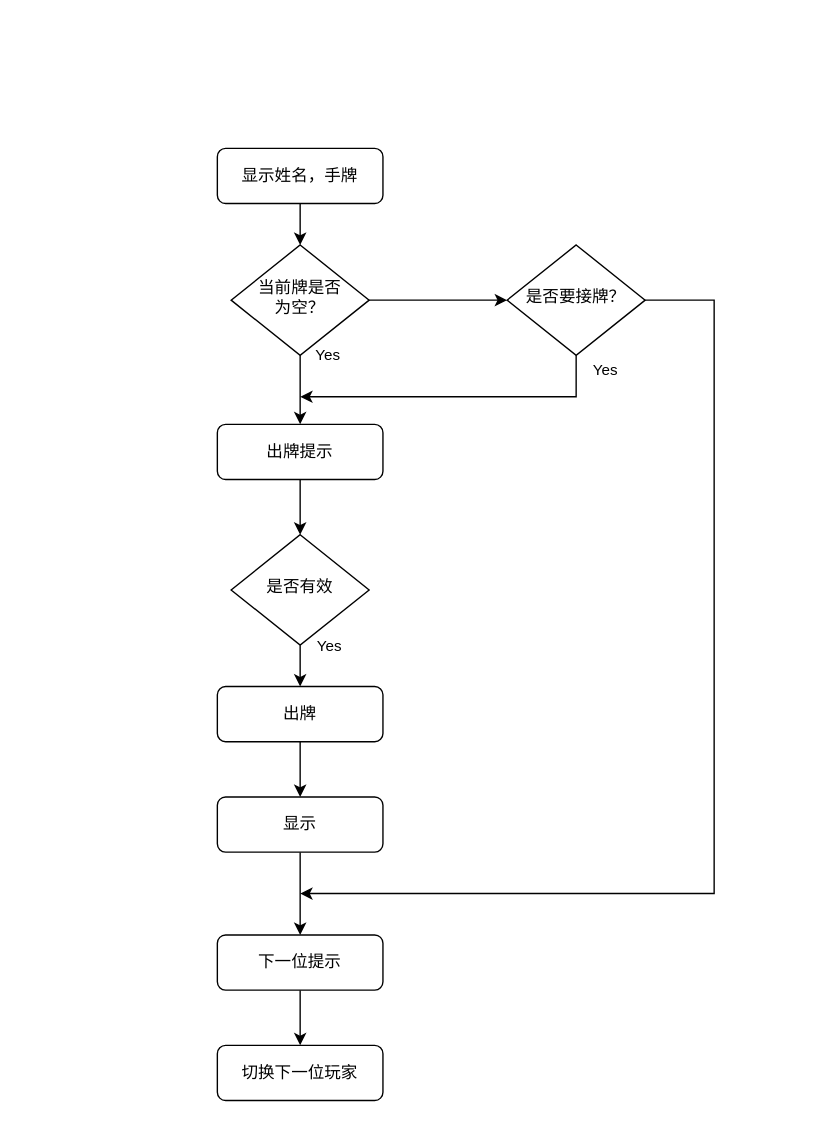
Earlier version of the draw.io diagram play_cards_logic.drawio (Aidan-Huang/poker). Source tidied: cells renumbered, new cells numbered last; positions are measured from the earlier drawing's top-left corner, leaving out a move shared by most shapes. Both pictures are drawn from the tidied source at 138%, with x=0, y=0 at pixel (217, 148).
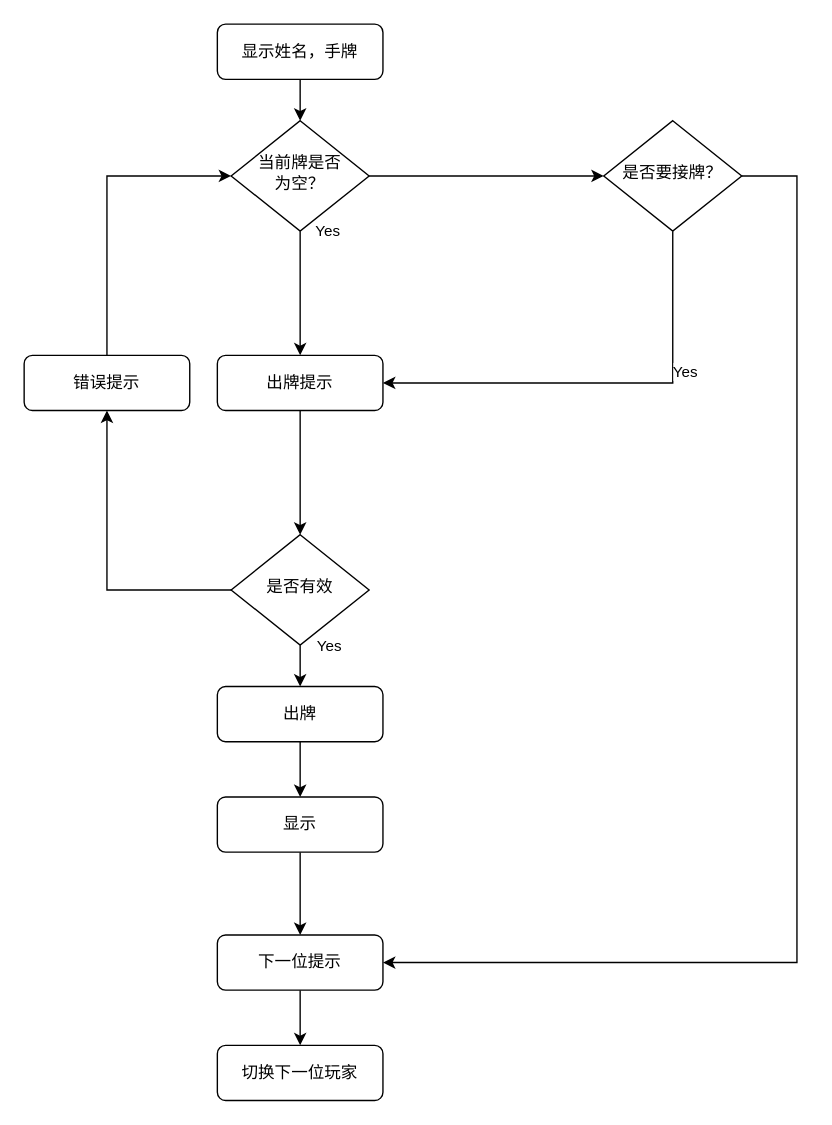
Above is the later version.

The change refers to these unchanged cells:
```xml
<mxCell id="9" value="是否有效" style="rhombus;whiteSpace=wrap;html=1;shadow=0;fontFamily=Helvetica;fontSize=12;align=center;strokeWidth=1;spacing=6;spacingTop=-4;" parent="1" vertex="1">
  <mxGeometry x="10" y="280" width="100" height="80" as="geometry" />
</mxCell>
<mxCell id="17" value="下一位提示" style="rounded=1;whiteSpace=wrap;html=1;fontSize=12;glass=0;strokeWidth=1;shadow=0;" parent="1" vertex="1">
  <mxGeometry y="570" width="120" height="40" as="geometry" />
</mxCell>
```

What changed in the source:
```diff
@@
     <mxCell id="3" value="显示姓名，手牌" style="rounded=1;whiteSpace=wrap;html=1;fontSize=12;glass=0;strokeWidth=1;shadow=0;" parent="1" vertex="1">
-      <mxGeometry width="120" height="40" as="geometry" />
+      <mxGeometry y="-90" width="120" height="40" as="geometry" />
     </mxCell>
@@
     <mxCell id="6" value="当前牌是否&lt;br&gt;为空？" style="rhombus;whiteSpace=wrap;html=1;shadow=0;fontFamily=Helvetica;fontSize=12;align=center;strokeWidth=1;spacing=6;spacingTop=-4;" parent="1" vertex="1">
-      <mxGeometry x="10" y="70" width="100" height="80" as="geometry" />
+      <mxGeometry x="10" y="-20" width="100" height="80" as="geometry" />
     </mxCell>
@@
+    <mxCell id="23" style="edgeStyle=orthogonalEdgeStyle;rounded=0;jettySize=auto;html=1;entryX=0.5;entryY=1;entryDx=0;entryDy=0;" parent="1" edge="1" source="9" target="26">
+      <mxGeometry relative="1" as="geometry">
+        <Array as="points">
+          <mxPoint x="-80" y="320" />
+        </Array>
+      </mxGeometry>
+    </mxCell>
@@
     <mxCell id="13" value="出牌提示" style="rounded=1;whiteSpace=wrap;html=1;fontSize=12;glass=0;strokeWidth=1;shadow=0;" parent="1" vertex="1">
-      <mxGeometry y="200" width="120" height="40" as="geometry" />
+      <mxGeometry y="150" width="120" height="40" as="geometry" />
     </mxCell>
@@
-    <mxCell id="19" style="edgeStyle=orthogonalEdgeStyle;rounded=0;jettySize=auto;html=1;" parent="1" edge="1" source="22">
-      <mxGeometry relative="1" as="geometry">
-        <mxPoint x="60" y="180" as="targetPoint" />
-        <Array as="points">
-          <mxPoint x="260" y="180" />
-        </Array>
-      </mxGeometry>
-    </mxCell>
+    <mxCell id="21" style="edgeStyle=orthogonalEdgeStyle;rounded=0;jettySize=auto;html=1;entryX=1;entryY=0.5;entryDx=0;entryDy=0;" parent="1" edge="1" source="22" target="17">
+      <mxGeometry relative="1" as="geometry">
+        <Array as="points">
+          <mxPoint x="420" y="20" />
+          <mxPoint x="420" y="590" />
+        </Array>
+      </mxGeometry>
+    </mxCell>
+    <mxCell id="24" style="edgeStyle=orthogonalEdgeStyle;rounded=0;jettySize=auto;html=1;entryX=1;entryY=0.5;entryDx=0;entryDy=0;" parent="1" edge="1" source="22" target="13">
+      <mxGeometry relative="1" as="geometry">
+        <Array as="points">
+          <mxPoint x="330" y="170" />
+        </Array>
+      </mxGeometry>
+    </mxCell>
-    <mxCell id="20" value="Yes" style="edgeLabel;html=1;align=center;verticalAlign=middle;" parent="19" vertex="1">
-      <mxGeometry x="-0.86" y="-1" relative="1" as="geometry">
-        <mxPoint x="21" y="-6" as="offset" />
+    <mxCell id="20" value="Yes" style="edgeLabel;html=1;align=center;verticalAlign=middle;" parent="24" vertex="1">
+      <mxGeometry x="-0.24" relative="1" as="geometry">
+        <mxPoint x="20" y="-9" as="offset" />
       </mxGeometry>
     </mxCell>
-    <mxCell id="21" style="edgeStyle=orthogonalEdgeStyle;rounded=0;jettySize=auto;html=1;" parent="1" edge="1" source="22">
-      <mxGeometry relative="1" as="geometry">
-        <mxPoint x="60" y="540" as="targetPoint" />
-        <Array as="points">
-          <mxPoint x="360" y="110" />
-          <mxPoint x="360" y="540" />
-        </Array>
-      </mxGeometry>
-    </mxCell>
     <mxCell id="22" value="是否要接牌？" style="rhombus;whiteSpace=wrap;html=1;shadow=0;fontFamily=Helvetica;fontSize=12;align=center;strokeWidth=1;spacing=6;spacingTop=-4;" parent="1" vertex="1">
-      <mxGeometry x="210" y="70" width="100" height="80" as="geometry" />
+      <mxGeometry x="280" y="-20" width="100" height="80" as="geometry" />
     </mxCell>
+    <mxCell id="25" style="edgeStyle=orthogonalEdgeStyle;rounded=0;jettySize=auto;html=1;exitX=0.5;exitY=0;exitDx=0;exitDy=0;" parent="1" edge="1" source="26" target="6">
+      <mxGeometry relative="1" as="geometry">
+        <Array as="points">
+          <mxPoint x="-80" y="20" />
+        </Array>
+      </mxGeometry>
+    </mxCell>
+    <mxCell id="26" value="错误提示" style="rounded=1;whiteSpace=wrap;html=1;fontSize=12;glass=0;strokeWidth=1;shadow=0;" parent="1" vertex="1">
+      <mxGeometry x="-140" y="150" width="120" height="40" as="geometry" />
+    </mxCell>
```
